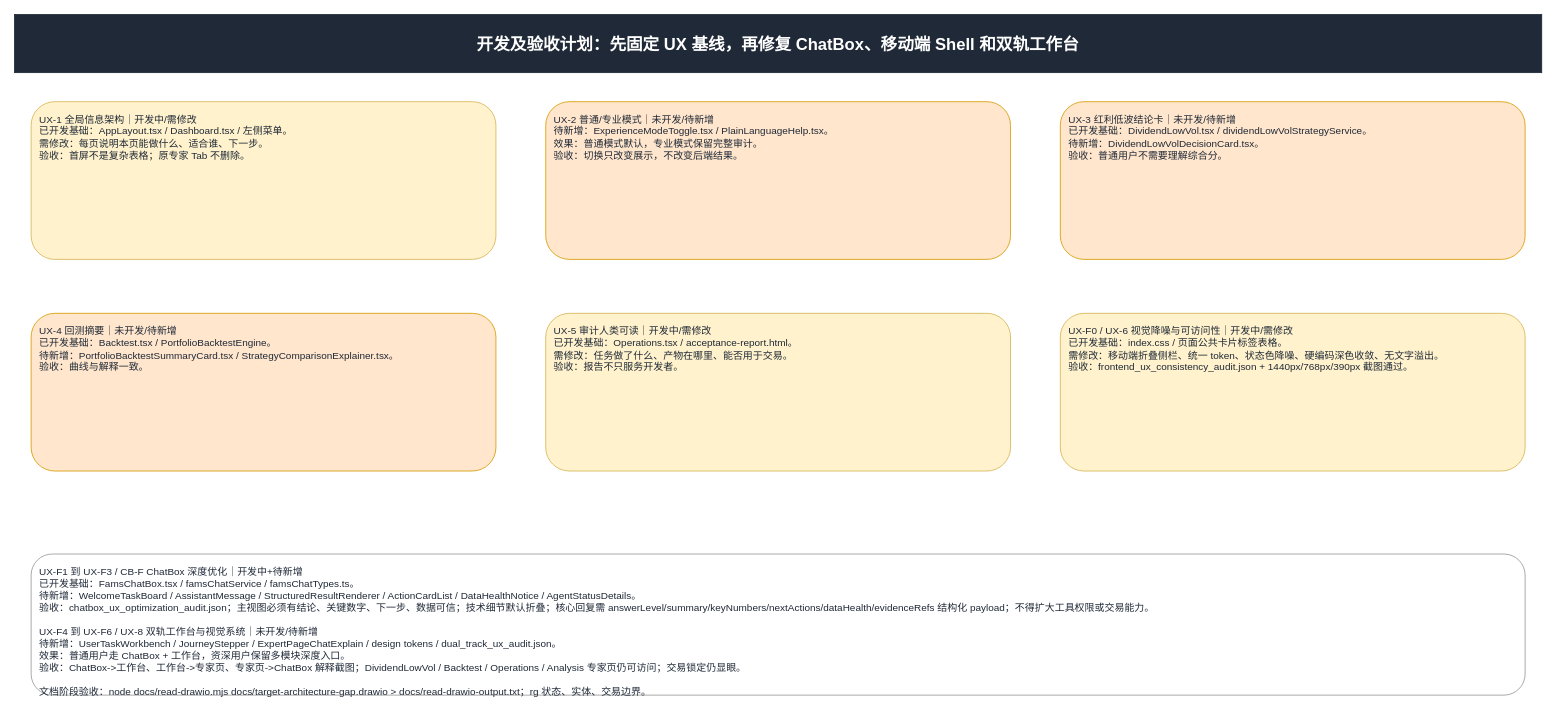
Earlier version of the draw.io diagram page "06 开发及验收计划" (6 of 8) of docs/target-architecture-gap.drawio (ljx418/FAMS). Source tidied: cells renumbered, new cells numbered last; positions are measured from the earlier drawing's top-left corner, leaving out a move shared by most shapes. Both pictures are drawn from the tidied source at 83%, with x=0, y=0 at pixel (14, 14).
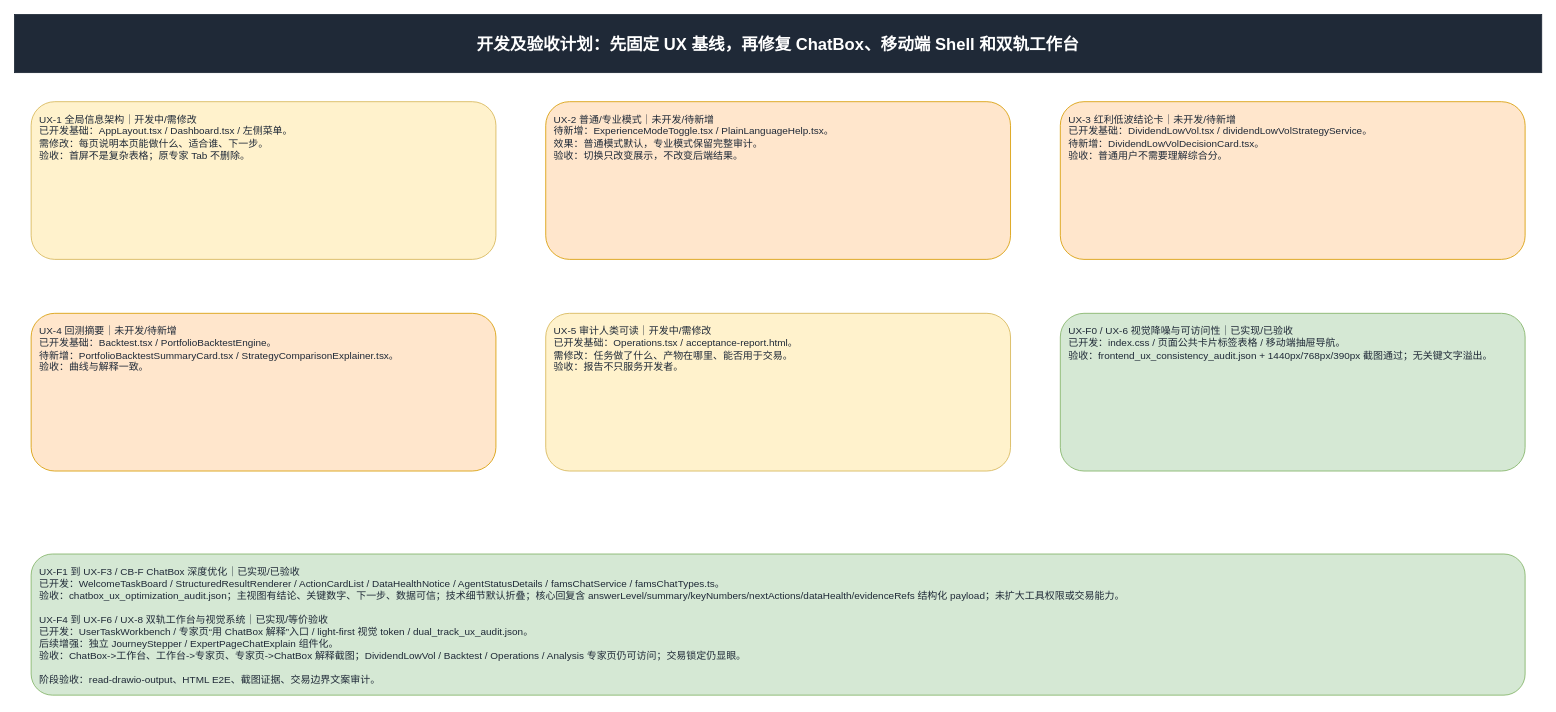
The same page after the edit.

Commit message (it also covers changes not shown here):
docs: sync ux stage architecture acceptance

Diff of the diagram source:
```diff
@@
 <mxGraphModel>
   <root>
     <mxCell id="0" />
     <mxCell id="1" parent="0" />
     <mxCell id="2" value="开发及验收计划：先固定 UX 基线，再修复 ChatBox、移动端 Shell 和双轨工作台" style="rounded=0;whiteSpace=wrap;html=1;fillColor=#1f2937;strokeColor=#1f2937;fontColor=#ffffff;fontStyle=1;fontSize=20;align=center;verticalAlign=middle;" parent="1" vertex="1">
       <mxGeometry width="1840" height="70" as="geometry" />
     </mxCell>
     <mxCell id="3" value="UX-1 全局信息架构｜开发中/需修改&#10;已开发基础：AppLayout.tsx / Dashboard.tsx / 左侧菜单。&#10;需修改：每页说明本页能做什么、适合谁、下一步。&#10;验收：首屏不是复杂表格；原专家 Tab 不删除。" style="rounded=1;whiteSpace=wrap;html=1;spacing=10;fontSize=12;align=left;verticalAlign=top;fillColor=#fff2cc;strokeColor=#d6b656;fontColor=#1f2937;" parent="1" vertex="1">
       <mxGeometry x="20" y="105" width="560" height="190" as="geometry" />
     </mxCell>
     <mxCell id="4" value="UX-2 普通/专业模式｜未开发/待新增&#10;待新增：ExperienceModeToggle.tsx / PlainLanguageHelp.tsx。&#10;效果：普通模式默认，专业模式保留完整审计。&#10;验收：切换只改变展示，不改变后端结果。" style="rounded=1;whiteSpace=wrap;html=1;spacing=10;fontSize=12;align=left;verticalAlign=top;fillColor=#ffe6cc;strokeColor=#d79b00;fontColor=#1f2937;" parent="1" vertex="1">
       <mxGeometry x="640" y="105" width="560" height="190" as="geometry" />
     </mxCell>
     <mxCell id="5" value="UX-3 红利低波结论卡｜未开发/待新增&#10;已开发基础：DividendLowVol.tsx / dividendLowVolStrategyService。&#10;待新增：DividendLowVolDecisionCard.tsx。&#10;验收：普通用户不需要理解综合分。" style="rounded=1;whiteSpace=wrap;html=1;spacing=10;fontSize=12;align=left;verticalAlign=top;fillColor=#ffe6cc;strokeColor=#d79b00;fontColor=#1f2937;" parent="1" vertex="1">
       <mxGeometry x="1260" y="105" width="560" height="190" as="geometry" />
     </mxCell>
     <mxCell id="6" value="UX-4 回测摘要｜未开发/待新增&#10;已开发基础：Backtest.tsx / PortfolioBacktestEngine。&#10;待新增：PortfolioBacktestSummaryCard.tsx / StrategyComparisonExplainer.tsx。&#10;验收：曲线与解释一致。" style="rounded=1;whiteSpace=wrap;html=1;spacing=10;fontSize=12;align=left;verticalAlign=top;fillColor=#ffe6cc;strokeColor=#d79b00;fontColor=#1f2937;" parent="1" vertex="1">
       <mxGeometry x="20" y="360" width="560" height="190" as="geometry" />
     </mxCell>
     <mxCell id="7" value="UX-5 审计人类可读｜开发中/需修改&#10;已开发基础：Operations.tsx / acceptance-report.html。&#10;需修改：任务做了什么、产物在哪里、能否用于交易。&#10;验收：报告不只服务开发者。" style="rounded=1;whiteSpace=wrap;html=1;spacing=10;fontSize=12;align=left;verticalAlign=top;fillColor=#fff2cc;strokeColor=#d6b656;fontColor=#1f2937;" parent="1" vertex="1">
       <mxGeometry x="640" y="360" width="560" height="190" as="geometry" />
     </mxCell>
-    <mxCell id="8" value="UX-F0 / UX-6 视觉降噪与可访问性｜开发中/需修改&#10;已开发基础：index.css / 页面公共卡片标签表格。&#10;需修改：移动端折叠侧栏、统一 token、状态色降噪、硬编码深色收敛、无文字溢出。&#10;验收：frontend_ux_consistency_audit.json + 1440px/768px/390px 截图通过。" style="rounded=1;whiteSpace=wrap;html=1;spacing=10;fontSize=12;align=left;verticalAlign=top;fillColor=#fff2cc;strokeColor=#d6b656;fontColor=#1f2937;" parent="1" vertex="1">
+    <mxCell id="8" value="UX-F0 / UX-6 视觉降噪与可访问性｜已实现/已验收&#10;已开发：index.css / 页面公共卡片标签表格 / 移动端抽屉导航。&#10;验收：frontend_ux_consistency_audit.json + 1440px/768px/390px 截图通过；无关键文字溢出。" style="rounded=1;whiteSpace=wrap;html=1;spacing=10;fontSize=12;align=left;verticalAlign=top;fillColor=#d5e8d4;strokeColor=#82b366;fontColor=#1f2937;" parent="1" vertex="1">
       <mxGeometry x="1260" y="360" width="560" height="190" as="geometry" />
     </mxCell>
-    <mxCell id="9" value="UX-F1 到 UX-F3 / CB-F ChatBox 深度优化｜开发中+待新增&#10;已开发基础：FamsChatBox.tsx / famsChatService / famsChatTypes.ts。&#10;待新增：WelcomeTaskBoard / AssistantMessage / StructuredResultRenderer / ActionCardList / DataHealthNotice / AgentStatusDetails。&#10;验收：chatbox_ux_optimization_audit.json；主视图必须有结论、关键数字、下一步、数据可信；技术细节默认折叠；核心回复需 answerLevel/summary/keyNumbers/nextActions/dataHealth/evidenceRefs 结构化 payload；不得扩大工具权限或交易能力。&#10;&#10;UX-F4 到 UX-F6 / UX-8 双轨工作台与视觉系统｜未开发/待新增&#10;待新增：UserTaskWorkbench / JourneyStepper / ExpertPageChatExplain / design tokens / dual_track_ux_audit.json。&#10;效果：普通用户走 ChatBox + 工作台，资深用户保留多模块深度入口。&#10;验收：ChatBox-&gt;工作台、工作台-&gt;专家页、专家页-&gt;ChatBox 解释截图；DividendLowVol / Backtest / Operations / Analysis 专家页仍可访问；交易锁定仍显眼。&#10;&#10;文档阶段验收：node docs/read-drawio.mjs docs/target-architecture-gap.drawio &gt; docs/read-drawio-output.txt；rg 状态、实体、交易边界。" style="rounded=1;whiteSpace=wrap;html=1;spacing=10;fontSize=12;align=left;verticalAlign=top;fillColor=#ffffff;strokeColor=#999999;fontColor=#1f2937;" parent="1" vertex="1">
+    <mxCell id="9" value="UX-F1 到 UX-F3 / CB-F ChatBox 深度优化｜已实现/已验收&#10;已开发：WelcomeTaskBoard / StructuredResultRenderer / ActionCardList / DataHealthNotice / AgentStatusDetails / famsChatService / famsChatTypes.ts。&#10;验收：chatbox_ux_optimization_audit.json；主视图有结论、关键数字、下一步、数据可信；技术细节默认折叠；核心回复含 answerLevel/summary/keyNumbers/nextActions/dataHealth/evidenceRefs 结构化 payload；未扩大工具权限或交易能力。&#10;&#10;UX-F4 到 UX-F6 / UX-8 双轨工作台与视觉系统｜已实现/等价验收&#10;已开发：UserTaskWorkbench / 专家页“用 ChatBox 解释”入口 / light-first 视觉 token / dual_track_ux_audit.json。&#10;后续增强：独立 JourneyStepper / ExpertPageChatExplain 组件化。&#10;验收：ChatBox-&gt;工作台、工作台-&gt;专家页、专家页-&gt;ChatBox 解释截图；DividendLowVol / Backtest / Operations / Analysis 专家页仍可访问；交易锁定仍显眼。&#10;&#10;阶段验收：read-drawio-output、HTML E2E、截图证据、交易边界文案审计。" style="rounded=1;whiteSpace=wrap;html=1;spacing=10;fontSize=12;align=left;verticalAlign=top;fillColor=#d5e8d4;strokeColor=#82b366;fontColor=#1f2937;" parent="1" vertex="1">
       <mxGeometry x="20" y="650" width="1800" height="170" as="geometry" />
     </mxCell>
   </root>
 </mxGraphModel>
```
